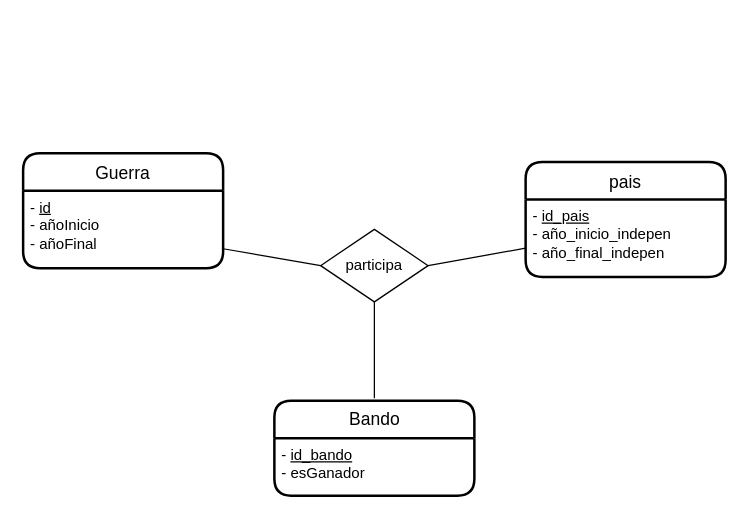
JuanMarinG/TA12_MYSQL keeps this draw.io diagram as ex04.drawio. Above is the earlier version. Source tidied: cells renumbered, new cells numbered last; positions are measured from the earlier drawing's top-left corner, leaving out a move shared by most shapes. Both pictures are drawn from the tidied source at 125%, with x=0, y=0 at pixel (22, 152).
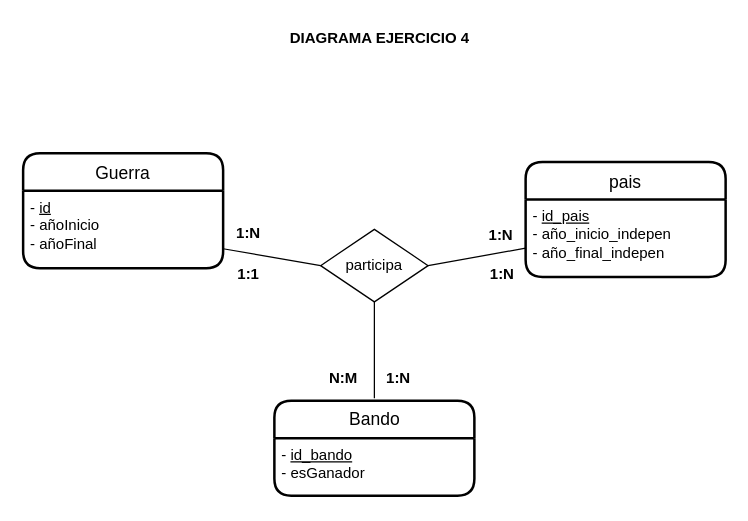
The same diagram, later.

Change to the diagram source:
```diff
@@
 <mxGraphModel>
   <root>
     <mxCell id="0" />
     <mxCell id="1" parent="0" />
     <mxCell id="2" value="Guerra" style="swimlane;horizontal=1;startSize=30;rounded=1;fontSize=14;fontStyle=0;strokeWidth=2;shadow=0;dashed=0;align=center;" parent="1" vertex="1">
       <mxGeometry width="160" height="92" as="geometry" />
     </mxCell>
     <mxCell id="3" value="- &lt;u&gt;id&lt;/u&gt;&lt;br&gt;- añoInicio&lt;br&gt;- añoFinal" style="align=left;strokeColor=none;fillColor=none;spacingLeft=4;fontSize=12;verticalAlign=top;html=1;" parent="2" vertex="1">
       <mxGeometry y="30" width="160" height="62" as="geometry" />
     </mxCell>
     <mxCell id="4" value="pais" style="swimlane;horizontal=1;startSize=30;rounded=1;fontSize=14;fontStyle=0;strokeWidth=2;shadow=0;dashed=0;align=center;" parent="1" vertex="1">
       <mxGeometry x="402" y="7" width="160" height="92" as="geometry" />
     </mxCell>
     <mxCell id="5" value="- &lt;u&gt;id_pais&lt;/u&gt;&lt;br&gt;- año_inicio_indepen&lt;br&gt;- año_final_indepen" style="align=left;strokeColor=none;fillColor=none;spacingLeft=4;fontSize=12;verticalAlign=top;fontStyle=0;html=1;" parent="4" vertex="1">
       <mxGeometry y="30" width="160" height="62" as="geometry" />
     </mxCell>
     <mxCell id="6" value="participa" style="rhombus;whiteSpace=wrap;html=1;fontSize=12;" parent="1" vertex="1">
       <mxGeometry x="238" y="61" width="86" height="58" as="geometry" />
     </mxCell>
     <mxCell id="7" value="Bando" style="swimlane;horizontal=1;startSize=30;rounded=1;fontSize=14;fontStyle=0;strokeWidth=2;shadow=0;dashed=0;align=center;html=1;" parent="1" vertex="1">
       <mxGeometry x="201" y="198" width="160" height="76" as="geometry" />
     </mxCell>
     <mxCell id="8" value="&lt;div&gt;- &lt;u&gt;id_bando&lt;/u&gt;&lt;br&gt;&lt;/div&gt;&lt;div&gt;- esGanador&lt;/div&gt;&lt;div&gt;&lt;br&gt;&lt;/div&gt;" style="align=left;strokeColor=none;fillColor=none;spacingLeft=4;fontSize=12;verticalAlign=top;html=1;" parent="7" vertex="1">
       <mxGeometry y="30" width="160" height="46" as="geometry" />
     </mxCell>
     <mxCell id="9" style="endArrow=none;html=1;rounded=0;fontSize=12;exitX=1;exitY=0.75;exitDx=0;exitDy=0;entryX=0;entryY=0.5;entryDx=0;entryDy=0;" parent="1" edge="1" source="3" target="6">
       <mxGeometry relative="1" as="geometry" />
     </mxCell>
     <mxCell id="10" style="endArrow=none;html=1;rounded=0;fontSize=12;entryX=0;entryY=0.75;entryDx=0;entryDy=0;exitX=1;exitY=0.5;exitDx=0;exitDy=0;" parent="1" edge="1" source="6" target="4">
       <mxGeometry relative="1" as="geometry" />
     </mxCell>
     <mxCell id="11" style="endArrow=none;html=1;rounded=0;fontSize=12;exitX=0.5;exitY=1;exitDx=0;exitDy=0;" parent="1" edge="1" source="6">
       <mxGeometry relative="1" as="geometry">
         <mxPoint x="281" y="196" as="targetPoint" />
       </mxGeometry>
     </mxCell>
+    <mxCell id="12" value="&lt;b&gt;DIAGRAMA EJERCICIO 4&lt;/b&gt;" style="text;html=1;align=center;verticalAlign=middle;strokeColor=none;fillColor=none;" parent="1" vertex="1">
+      <mxGeometry x="209" y="-105" width="152" height="26" as="geometry" />
+    </mxCell>
+    <mxCell id="13" value="&lt;b&gt;1:N&lt;/b&gt;" style="text;html=1;align=center;verticalAlign=middle;strokeColor=none;fillColor=none;" parent="1" vertex="1">
+      <mxGeometry x="162" y="51" width="36" height="26" as="geometry" />
+    </mxCell>
+    <mxCell id="14" value="&lt;b&gt;1:N&lt;/b&gt;" style="text;html=1;align=center;verticalAlign=middle;strokeColor=none;fillColor=none;" parent="1" vertex="1">
+      <mxGeometry x="282" y="167" width="36" height="26" as="geometry" />
+    </mxCell>
+    <mxCell id="15" value="&lt;b&gt;1:N&lt;/b&gt;" style="text;html=1;align=center;verticalAlign=middle;strokeColor=none;fillColor=none;" parent="1" vertex="1">
+      <mxGeometry x="364" y="53" width="36" height="26" as="geometry" />
+    </mxCell>
+    <mxCell id="16" value="&lt;b&gt;1:N&lt;/b&gt;" style="text;html=1;align=center;verticalAlign=middle;strokeColor=none;fillColor=none;" parent="1" vertex="1">
+      <mxGeometry x="365" y="84" width="36" height="26" as="geometry" />
+    </mxCell>
+    <mxCell id="17" value="&lt;b&gt;N:M&lt;/b&gt;" style="text;html=1;align=center;verticalAlign=middle;strokeColor=none;fillColor=none;" parent="1" vertex="1">
+      <mxGeometry x="236" y="167" width="39" height="26" as="geometry" />
+    </mxCell>
+    <mxCell id="18" value="&lt;b&gt;1:1&lt;/b&gt;" style="text;html=1;align=center;verticalAlign=middle;strokeColor=none;fillColor=none;" parent="1" vertex="1">
+      <mxGeometry x="162" y="84" width="35" height="26" as="geometry" />
+    </mxCell>
   </root>
 </mxGraphModel>
```
